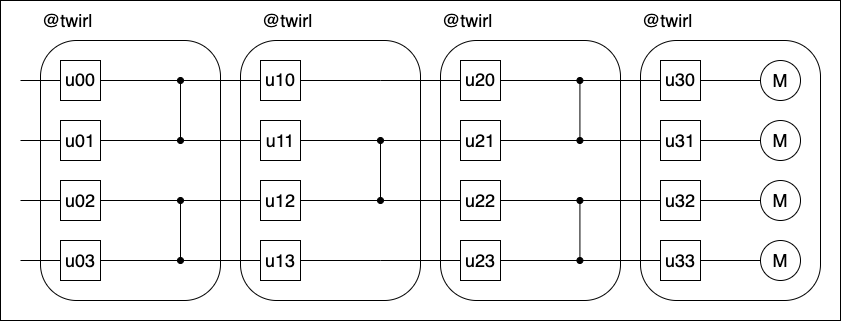
The draw.io diagram docs/figs/dressed_pauli_twirl.drawio.png in Qiskit/samplomatic, before a commit. Source tidied: cells renumbered, new cells last; positions are measured from the earlier drawing's top-left corner, leaving out a move shared by most shapes.
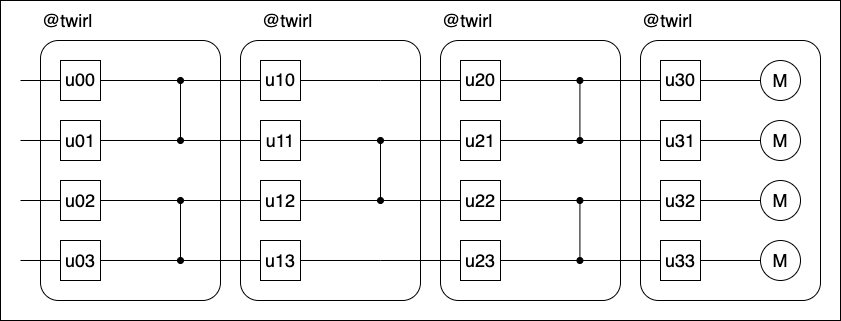
After the change.

What changed in the source:
```diff
@@ -8,7 +8,7 @@
     <mxCell id="3" style="rounded=0;whiteSpace=wrap;html=1;fontSize=18;" parent="2" vertex="1">
       <mxGeometry width="840" height="320" as="geometry" />
     </mxCell>
-    <mxCell id="4" style="rounded=1;whiteSpace=wrap;html=1;arcSize=20;fontSize=18;" parent="2" vertex="1">
+    <mxCell id="4" style="rounded=1;whiteSpace=wrap;html=1;arcSize=10;fontSize=18;" parent="2" vertex="1">
       <mxGeometry x="40" y="40" width="180" height="260" as="geometry" />
     </mxCell>
     <mxCell id="5" value="&lt;font face=&quot;Helvetica&quot;&gt;u00&lt;/font&gt;" style="rounded=0;whiteSpace=wrap;html=1;fontFamily=Times New Roman;fontSize=18;" parent="2" vertex="1">
@@ -83,7 +83,7 @@
     <mxCell id="19" value="&lt;font&gt;@twirl&lt;/font&gt;" style="text;html=1;align=left;verticalAlign=middle;whiteSpace=wrap;rounded=0;fontSize=18;" parent="2" vertex="1">
       <mxGeometry x="40" width="180" height="40" as="geometry" />
     </mxCell>
-    <mxCell id="20" style="rounded=1;whiteSpace=wrap;html=1;arcSize=20;fontSize=18;" parent="2" vertex="1">
+    <mxCell id="20" style="rounded=1;whiteSpace=wrap;html=1;arcSize=10;fontSize=18;" parent="2" vertex="1">
       <mxGeometry x="240" y="40" width="180" height="260" as="geometry" />
     </mxCell>
     <mxCell id="21" value="&lt;font face=&quot;Helvetica&quot;&gt;u10&lt;/font&gt;" style="rounded=0;whiteSpace=wrap;html=1;fontFamily=Times New Roman;fontSize=18;" parent="2" vertex="1">
@@ -152,7 +152,7 @@
     <mxCell id="34" value="&lt;font&gt;@twirl&lt;/font&gt;" style="text;html=1;align=left;verticalAlign=middle;whiteSpace=wrap;rounded=0;fontSize=18;" parent="2" vertex="1">
       <mxGeometry x="260" width="180" height="40" as="geometry" />
     </mxCell>
-    <mxCell id="35" style="rounded=1;whiteSpace=wrap;html=1;arcSize=20;fontSize=18;" parent="2" vertex="1">
+    <mxCell id="35" style="rounded=1;whiteSpace=wrap;html=1;arcSize=10;fontSize=18;" parent="2" vertex="1">
       <mxGeometry x="440" y="40" width="180" height="260" as="geometry" />
     </mxCell>
     <mxCell id="36" value="&lt;font face=&quot;Helvetica&quot;&gt;u20&lt;/font&gt;" style="rounded=0;whiteSpace=wrap;html=1;fontFamily=Times New Roman;fontSize=18;" parent="2" vertex="1">
@@ -227,7 +227,7 @@
         <mxPoint x="579.4" y="200" as="targetPoint" />
       </mxGeometry>
     </mxCell>
-    <mxCell id="51" style="rounded=1;whiteSpace=wrap;html=1;arcSize=20;fontSize=18;" parent="2" vertex="1">
+    <mxCell id="51" style="rounded=1;whiteSpace=wrap;html=1;arcSize=10;fontSize=18;" parent="2" vertex="1">
       <mxGeometry x="640" y="40" width="180" height="260" as="geometry" />
     </mxCell>
     <mxCell id="52" value="&lt;font face=&quot;Helvetica&quot;&gt;u30&lt;/font&gt;" style="rounded=0;whiteSpace=wrap;html=1;fontFamily=Times New Roman;fontSize=18;" parent="2" vertex="1">
```
